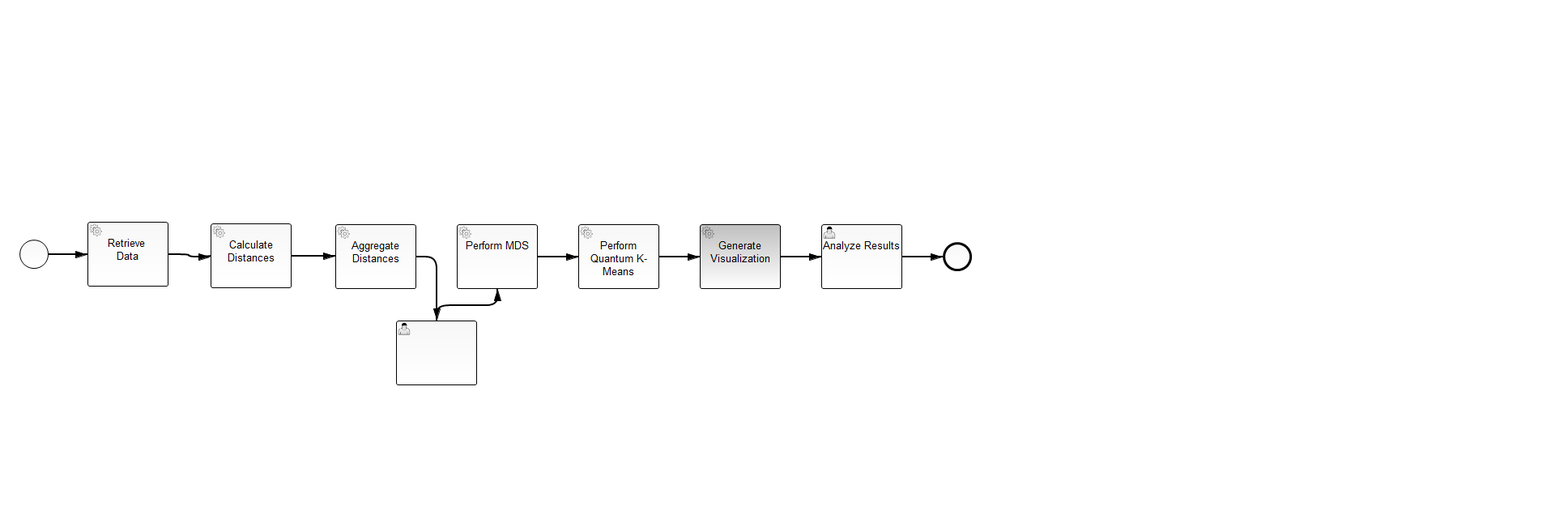
Before: workflow/src/main/resources/qhana-workflow-demonstrator.png, a diagram exported from BPMN (wederbn/qhana-workflow-low-code). Its source is kept beside it as workflow/src/main/resources/qhana-workflow-demonstrator.bpmn. Ids are renumbered.
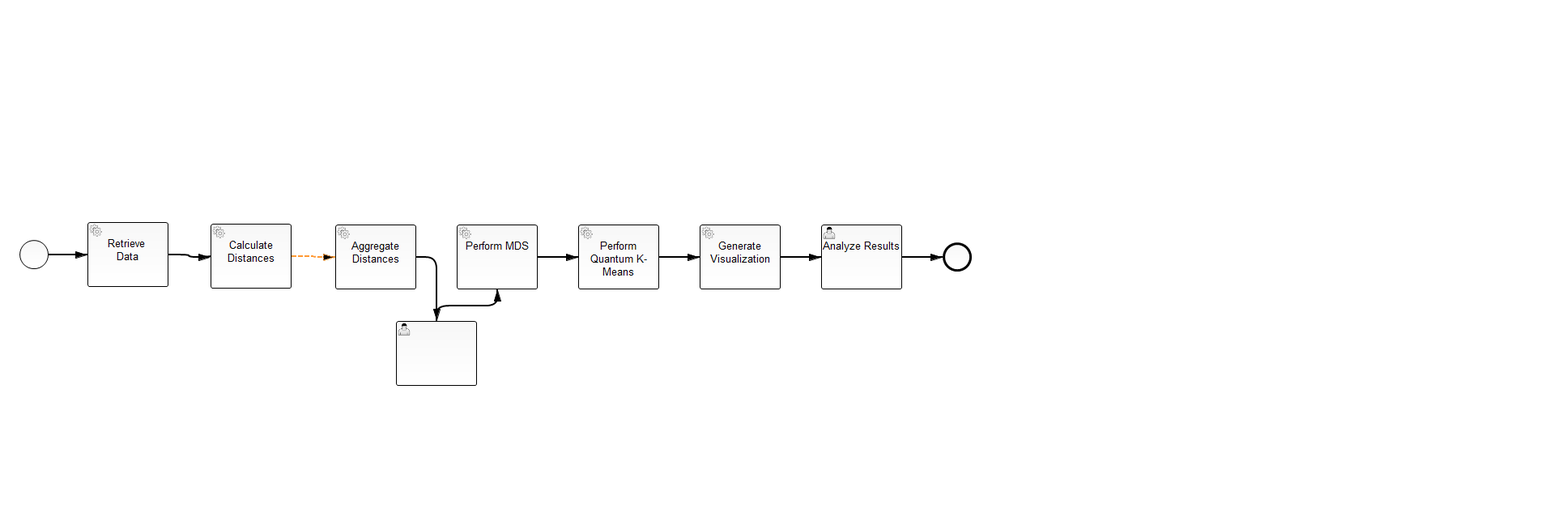
The same diagram one commit later.

The edit, as a diff of the source:
```diff
@@ -1,14 +1,13 @@
 <bpmn:definitions xmlns:xsi="http://www.w3.org/2001/XMLSchema-instance" xmlns:bpmn="http://www.omg.org/spec/BPMN/20100524/MODEL" xmlns:bpmndi="http://www.omg.org/spec/BPMN/20100524/DI" xmlns:camunda="http://camunda.org/schema/1.0/bpmn" xmlns:dc="http://www.omg.org/spec/DD/20100524/DC" xmlns:di="http://www.omg.org/spec/DD/20100524/DI" xsi:schemaLocation="http://www.omg.org/spec/BPMN/20100524/MODEL BPMN20.xsd" id="Definitions_n1" exporter="QuantME Modeler" exporterVersion="4.4.0" targetNamespace="http://bpmn.io/schema/bpmn">
   <bpmn:process id="quantum-workflow-demonstrator" isExecutable="true">
     <bpmn:serviceTask id="Task_n2" camunda:async="true" camunda:class="org.quantil.quantme.demonstrator.tasks.AggregateDistancesTask" name="Aggregate Distances">
-      <bpmn:incoming>SequenceFlow_12</bpmn:incoming>
+      <bpmn:incoming>SequenceFlow_9</bpmn:incoming>
       <bpmn:outgoing>SequenceFlow_1</bpmn:outgoing>
     </bpmn:serviceTask>
     <bpmn:serviceTask id="ServiceTask_10" camunda:class="org.quantil.quantme.demonstrator.tasks.CalculateDistancesTask" camunda:async="true" name="Calculate Distances">
       <bpmn:incoming>SequenceFlow_11</bpmn:incoming>
-      <bpmn:outgoing>SequenceFlow_12</bpmn:outgoing>
+      <bpmn:outgoing>SequenceFlow_9</bpmn:outgoing>
     </bpmn:serviceTask>
-    <bpmn:sequenceFlow id="SequenceFlow_12" name="" sourceRef="ServiceTask_10" targetRef="Task_n2"/>
     <bpmn:serviceTask id="ServiceTask_9" camunda:class="org.quantil.quantme.demonstrator.tasks.DataLoadingTask" camunda:async="true" name="Retrieve &#xD;&#xA;Data">
       <bpmn:incoming>SequenceFlow_n3</bpmn:incoming>
       <bpmn:outgoing>SequenceFlow_11</bpmn:outgoing>
@@ -47,6 +46,7 @@
       <bpmn:outgoing>SequenceFlow_2</bpmn:outgoing>
     </bpmn:userTask>
     <bpmn:sequenceFlow id="SequenceFlow_2" name="" sourceRef="UserTask_2" targetRef="ServiceTask_3"/>
+    <bpmn:sequenceFlow id="SequenceFlow_9" name="" sourceRef="ServiceTask_10" targetRef="Task_n2"/>
   </bpmn:process>
   <bpmndi:BPMNDiagram id="BPMNDiagram_1">
     <bpmndi:BPMNPlane id="BPMNPlane_1" bpmnElement="quantum-workflow-demonstrator">
@@ -81,13 +81,6 @@
       <bpmndi:BPMNShape id="_BPMNShape_ServiceTask_12" bpmnElement="ServiceTask_10">
         <dc:Bounds height="80.0" width="100.0" x="260.0" y="276.0"/>
       </bpmndi:BPMNShape>
-      <bpmndi:BPMNEdge id="BPMNEdge_SequenceFlow_12" bpmnElement="SequenceFlow_12" sourceElement="_BPMNShape_ServiceTask_12" targetElement="ServiceTask_0sbocp9_di">
-        <di:waypoint xsi:type="dc:Point" x="360.0" y="316.0"/>
-        <di:waypoint xsi:type="dc:Point" x="414.0" y="317.0"/>
-        <bpmndi:BPMNLabel>
-          <dc:Bounds height="6.0" width="6.0" x="382.0" y="316.0"/>
-        </bpmndi:BPMNLabel>
-      </bpmndi:BPMNEdge>
       <bpmndi:BPMNShape id="_BPMNShape_ServiceTask_13" bpmnElement="ServiceTask_3">
         <dc:Bounds height="80.0" width="100.0" x="564.0" y="277.0"/>
       </bpmndi:BPMNShape>
@@ -136,6 +129,12 @@
         <di:waypoint xsi:type="dc:Point" x="614.0" y="377.0"/>
         <di:waypoint xsi:type="dc:Point" x="614.0" y="357.0"/>
       </bpmndi:BPMNEdge>
+      <bpmndi:BPMNEdge id="BPMNEdge_SequenceFlow_9" bpmnElement="SequenceFlow_9" sourceElement="_BPMNShape_ServiceTask_12" targetElement="ServiceTask_0sbocp9_di">
+        <di:waypoint xsi:type="dc:Point" x="360.0" y="316.0"/>
+        <di:waypoint xsi:type="dc:Point" x="387.0" y="316.0"/>
+        <di:waypoint xsi:type="dc:Point" x="387.0" y="317.0"/>
+        <di:waypoint xsi:type="dc:Point" x="414.0" y="317.0"/>
+      </bpmndi:BPMNEdge>
     </bpmndi:BPMNPlane>
   </bpmndi:BPMNDiagram>
 </bpmn:definitions>
```
